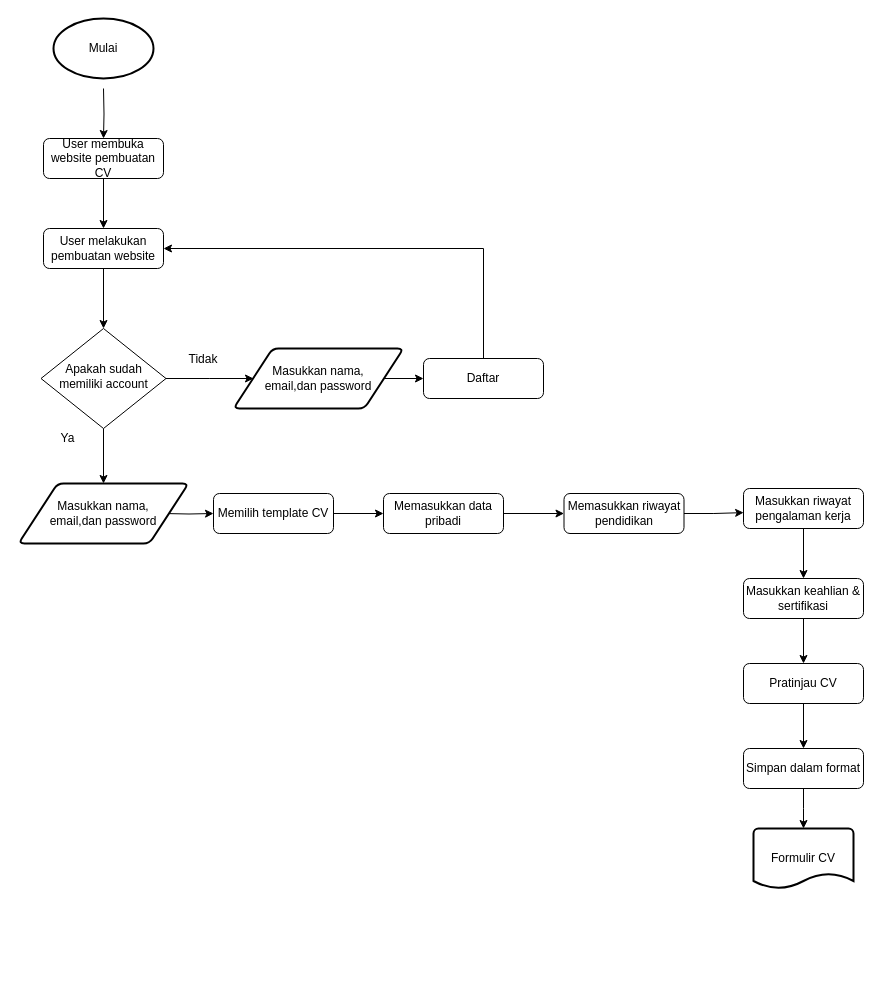
fdhliakbar/amplopku keeps this draw.io diagram as assets/Diagram/Flowchart AmplopKu.drawio. Above is the earlier version. Source tidied: cells renumbered, new cells numbered last; positions are measured from the earlier drawing's top-left corner, leaving out a move shared by most shapes. Both pictures are drawn from the tidied source at 100%, with x=0, y=0 at pixel (18, 18).
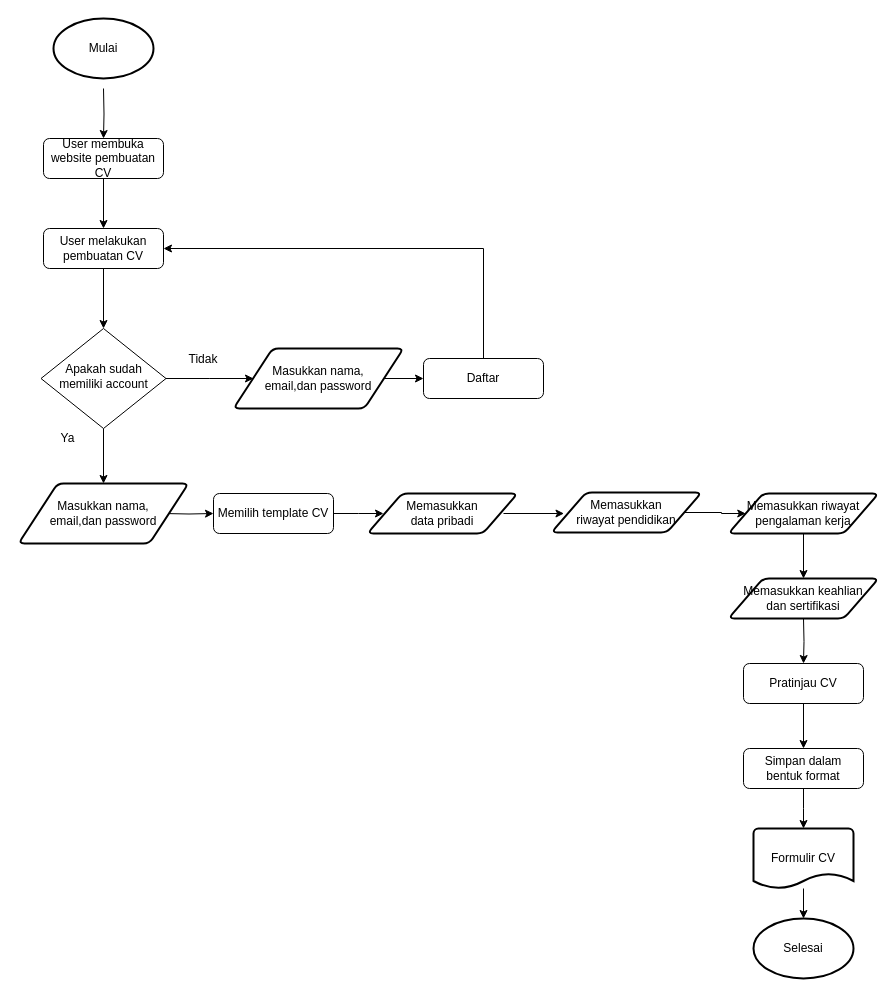
After the change.

Unchanged cells that the change refers to:
```xml
<mxCell id="16" value="Memilih template CV" style="rounded=1;whiteSpace=wrap;html=1;fontSize=12;glass=0;strokeWidth=1;shadow=0;" parent="1" vertex="1">
  <mxGeometry x="195" y="475" width="120" height="40" as="geometry" />
</mxCell>
<mxCell id="26" value="Pratinjau CV" style="rounded=1;whiteSpace=wrap;html=1;fontSize=12;glass=0;strokeWidth=1;shadow=0;" parent="1" vertex="1">
  <mxGeometry x="725" y="645" width="120" height="40" as="geometry" />
</mxCell>
<mxCell id="33" value="Formulir CV" style="strokeWidth=2;html=1;shape=mxgraph.flowchart.document2;whiteSpace=wrap;size=0.25;" parent="1" vertex="1">
  <mxGeometry x="735" y="810" width="100" height="60" as="geometry" />
</mxCell>
```

Change to the diagram source:
```diff
@@
-    <mxCell id="8" value="User melakukan pembuatan website" style="rounded=1;whiteSpace=wrap;html=1;fontSize=12;glass=0;strokeWidth=1;shadow=0;gradientColor=none;" parent="1" vertex="1">
+    <mxCell id="8" value="User melakukan pembuatan CV" style="rounded=1;whiteSpace=wrap;html=1;fontSize=12;glass=0;strokeWidth=1;shadow=0;gradientColor=none;" parent="1" vertex="1">
       <mxGeometry x="25" y="210" width="120" height="40" as="geometry" />
     </mxCell>
@@
-    <mxCell id="15" style="edgeStyle=orthogonalEdgeStyle;rounded=0;jettySize=auto;html=1;entryX=0;entryY=0.5;entryDx=0;entryDy=0;" parent="1" edge="1" source="16" target="21">
-      <mxGeometry relative="1" as="geometry" />
+    <mxCell id="15" style="edgeStyle=orthogonalEdgeStyle;rounded=0;jettySize=auto;html=1;entryX=0;entryY=0.5;entryDx=0;entryDy=0;" parent="1" edge="1" source="16">
+      <mxGeometry relative="1" as="geometry">
+        <mxPoint x="365" y="495" as="targetPoint" />
+      </mxGeometry>
     </mxCell>
@@
-    <mxCell id="17" style="edgeStyle=orthogonalEdgeStyle;rounded=0;jettySize=auto;html=1;entryX=0.5;entryY=0;entryDx=0;entryDy=0;" parent="1" edge="1" source="18" target="23">
-      <mxGeometry relative="1" as="geometry" />
+    <mxCell id="17" style="edgeStyle=orthogonalEdgeStyle;rounded=0;orthogonalLoop=1;jettySize=auto;html=1;entryX=0.5;entryY=0;entryDx=0;entryDy=0;" parent="1" edge="1">
+      <mxGeometry relative="1" as="geometry">
+        <mxPoint x="785" y="510" as="sourcePoint" />
+        <mxPoint x="785" y="560" as="targetPoint" />
+      </mxGeometry>
     </mxCell>
-    <mxCell id="18" value="Masukkan riwayat pengalaman kerja" style="rounded=1;whiteSpace=wrap;html=1;fontSize=12;glass=0;strokeWidth=1;shadow=0;" parent="1" vertex="1">
-      <mxGeometry x="725" y="470" width="120" height="40" as="geometry" />
-    </mxCell>
-    <mxCell id="19" value="Memasukkan riwayat pendidikan" style="rounded=1;whiteSpace=wrap;html=1;fontSize=12;glass=0;strokeWidth=1;shadow=0;" parent="1" vertex="1">
-      <mxGeometry x="545.5" y="475" width="120" height="40" as="geometry" />
-    </mxCell>
-    <mxCell id="20" style="edgeStyle=orthogonalEdgeStyle;rounded=0;jettySize=auto;html=1;" parent="1" edge="1" source="21" target="19">
-      <mxGeometry relative="1" as="geometry" />
+    <mxCell id="20" style="edgeStyle=orthogonalEdgeStyle;rounded=0;orthogonalLoop=1;jettySize=auto;html=1;" parent="1" edge="1">
+      <mxGeometry relative="1" as="geometry">
+        <mxPoint x="485" y="495" as="sourcePoint" />
+        <mxPoint x="545.5" y="495" as="targetPoint" />
+      </mxGeometry>
     </mxCell>
-    <mxCell id="21" value="Memasukkan data pribadi" style="rounded=1;whiteSpace=wrap;html=1;fontSize=12;glass=0;strokeWidth=1;shadow=0;" parent="1" vertex="1">
-      <mxGeometry x="365" y="475" width="120" height="40" as="geometry" />
-    </mxCell>
-    <mxCell id="22" style="edgeStyle=orthogonalEdgeStyle;rounded=0;jettySize=auto;html=1;entryX=0.5;entryY=0;entryDx=0;entryDy=0;" parent="1" edge="1" source="23" target="26">
-      <mxGeometry relative="1" as="geometry" />
+    <mxCell id="22" style="edgeStyle=orthogonalEdgeStyle;rounded=0;jettySize=auto;html=1;entryX=0.5;entryY=0;entryDx=0;entryDy=0;" parent="1" edge="1" target="26">
+      <mxGeometry relative="1" as="geometry">
+        <mxPoint x="785" y="600" as="sourcePoint" />
+      </mxGeometry>
     </mxCell>
-    <mxCell id="23" value="Masukkan keahlian &amp;amp; sertifikasi" style="rounded=1;whiteSpace=wrap;html=1;fontSize=12;glass=0;strokeWidth=1;shadow=0;" parent="1" vertex="1">
-      <mxGeometry x="725" y="560" width="120" height="40" as="geometry" />
-    </mxCell>
-    <mxCell id="24" style="edgeStyle=orthogonalEdgeStyle;rounded=0;jettySize=auto;html=1;entryX=0.001;entryY=0.603;entryDx=0;entryDy=0;entryPerimeter=0;" parent="1" edge="1" source="19" target="18">
-      <mxGeometry relative="1" as="geometry" />
-    </mxCell>
@@
-    <mxCell id="28" value="Simpan dalam format" style="rounded=1;whiteSpace=wrap;html=1;fontSize=12;glass=0;strokeWidth=1;shadow=0;" parent="1" vertex="1">
+    <mxCell id="28" value="Simpan dalam&lt;div&gt;bentuk format&lt;/div&gt;" style="rounded=1;whiteSpace=wrap;html=1;fontSize=12;glass=0;strokeWidth=1;shadow=0;" parent="1" vertex="1">
       <mxGeometry x="725" y="730" width="120" height="40" as="geometry" />
     </mxCell>
@@
+    <mxCell id="34" value="Selesai" style="strokeWidth=2;html=1;shape=mxgraph.flowchart.start_1;whiteSpace=wrap;" parent="1" vertex="1">
+      <mxGeometry x="735" y="900" width="100" height="60" as="geometry" />
+    </mxCell>
+    <mxCell id="35" style="edgeStyle=orthogonalEdgeStyle;rounded=0;jettySize=auto;html=1;entryX=0.5;entryY=0;entryDx=0;entryDy=0;entryPerimeter=0;" parent="1" edge="1" source="33" target="34">
+      <mxGeometry relative="1" as="geometry" />
+    </mxCell>
+    <mxCell id="21" value="Memasukkan&lt;div&gt;data pribadi&lt;/div&gt;" style="shape=parallelogram;html=1;strokeWidth=2;perimeter=parallelogramPerimeter;whiteSpace=wrap;rounded=1;arcSize=12;size=0.23;" parent="1" vertex="1">
+      <mxGeometry x="349" y="475" width="150" height="40" as="geometry" />
+    </mxCell>
+    <mxCell id="36" value="Memasukkan keahlian&lt;div&gt;dan sertifikasi&lt;/div&gt;" style="shape=parallelogram;html=1;strokeWidth=2;perimeter=parallelogramPerimeter;whiteSpace=wrap;rounded=1;arcSize=12;size=0.23;" parent="1" vertex="1">
+      <mxGeometry x="710" y="560" width="150" height="40" as="geometry" />
+    </mxCell>
+    <mxCell id="37" style="edgeStyle=orthogonalEdgeStyle;rounded=0;jettySize=auto;html=1;" parent="1" edge="1" source="19" target="38">
+      <mxGeometry relative="1" as="geometry" />
+    </mxCell>
+    <mxCell id="19" value="Memasukkan&lt;div&gt;riwayat pendidikan&lt;/div&gt;" style="shape=parallelogram;html=1;strokeWidth=2;perimeter=parallelogramPerimeter;whiteSpace=wrap;rounded=1;arcSize=12;size=0.23;" parent="1" vertex="1">
+      <mxGeometry x="533" y="474" width="150" height="40" as="geometry" />
+    </mxCell>
+    <mxCell id="38" value="Memasukkan riwayat&lt;div&gt;pengalaman kerja&lt;/div&gt;" style="shape=parallelogram;html=1;strokeWidth=2;perimeter=parallelogramPerimeter;whiteSpace=wrap;rounded=1;arcSize=12;size=0.23;" parent="1" vertex="1">
+      <mxGeometry x="710" y="475" width="150" height="40" as="geometry" />
+    </mxCell>
```
